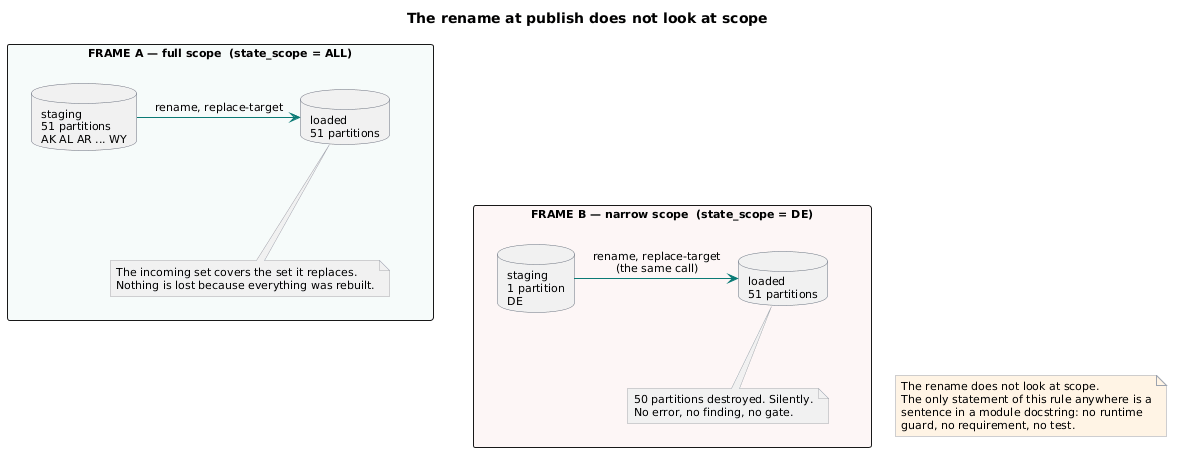
Earlier version of the PlantUML export brain/machine_artifacts/diagramsAndImages/rendered/pipe_publish_scope_guard.png (SkipSnow/ChatHealthyRepo). Its diagram source:
```plantuml
@startuml
skinparam shadowing false
skinparam defaultFontName Segoe UI
skinparam defaultFontSize 11
skinparam ArrowColor #0b7a75
skinparam ComponentBorderColor #0b7a75
skinparam DatabaseBorderColor #6b7280
skinparam NoteBackgroundColor #f3f4f6
skinparam NoteBorderColor #9ca3af

title The rename at publish does not look at scope

rectangle "FRAME A — full scope  (state_scope = ALL)" as A #f6fbfa {
  database "staging\n51 partitions\nAK AL AR ... WY" as SA
  database "loaded\n51 partitions" as LA
  SA -right-> LA : rename, replace-target
  note bottom of LA
    The incoming set covers the set it replaces.
    Nothing is lost because everything was rebuilt.
  end note
}

rectangle "FRAME B — narrow scope  (state_scope = DE)" as B #fdf6f6 {
  database "staging\n1 partition\nDE" as SB
  database "loaded\n51 partitions" as LB
  SB -right-> LB : rename, replace-target\n(the same call)
  note bottom of LB
    50 partitions destroyed. Silently.
    No error, no finding, no gate.
  end note
}

A -[hidden]down- B

note as CAP #fff4e5
  The rename does not look at scope.
  The only statement of this rule anywhere is a
  sentence in a module docstring: no runtime
  guard, no requirement, no test.
end note

B -[hidden]down- CAP
@enduml
```
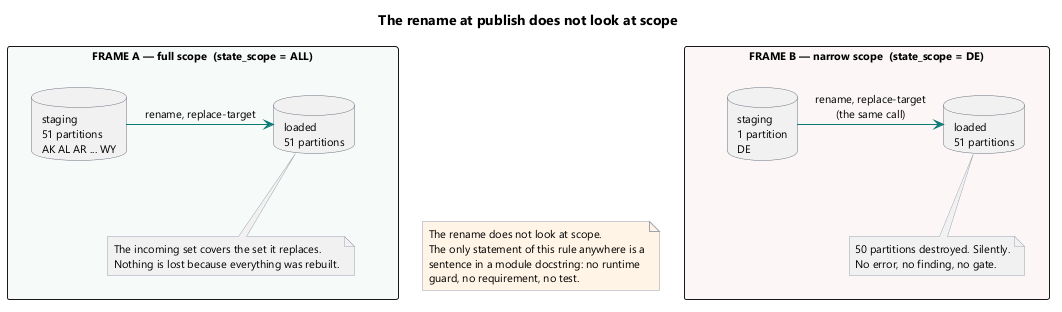
The same file after the commit.

Change to the diagram source:
```diff
@@ -30,7 +30,7 @@
   end note
 }
 
-A -[hidden]down- B
+A -[hidden]right- B
 
 note as CAP #fff4e5
   The rename does not look at scope.
@@ -39,5 +39,5 @@
   guard, no requirement, no test.
 end note
 
-B -[hidden]down- CAP
+A -[hidden]down- CAP
 @enduml
```
